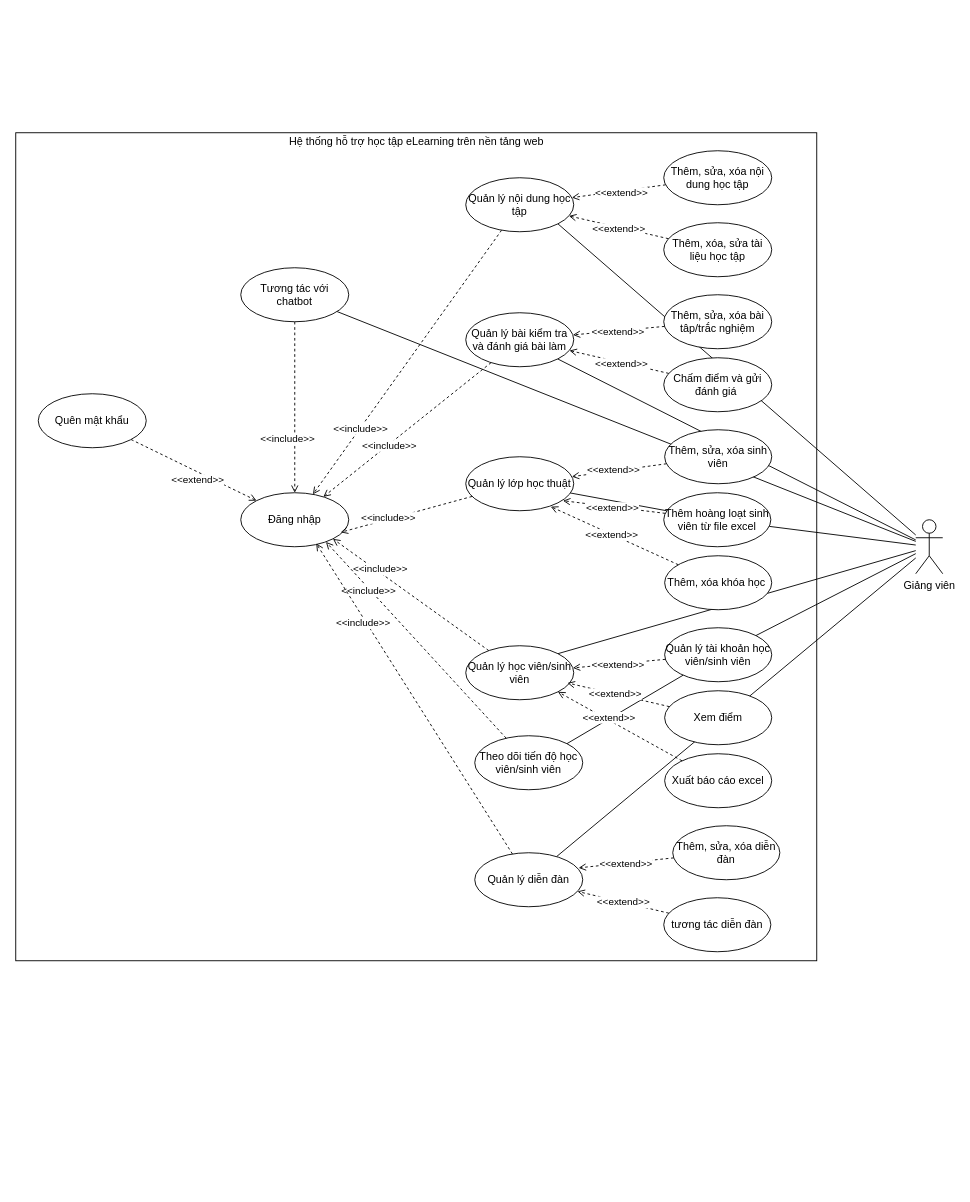
Before: document/UseCase/UseCaseGiangVien.drawio in toniiplaycode/DNC-Learning, a draw.io diagram. Source tidied: cells renumbered, new cells numbered last; positions are measured from the earlier drawing's top-left corner, leaving out a move shared by most shapes. Both pictures are drawn from the tidied source at 90%, with x=0, y=0 at pixel (15, 132).
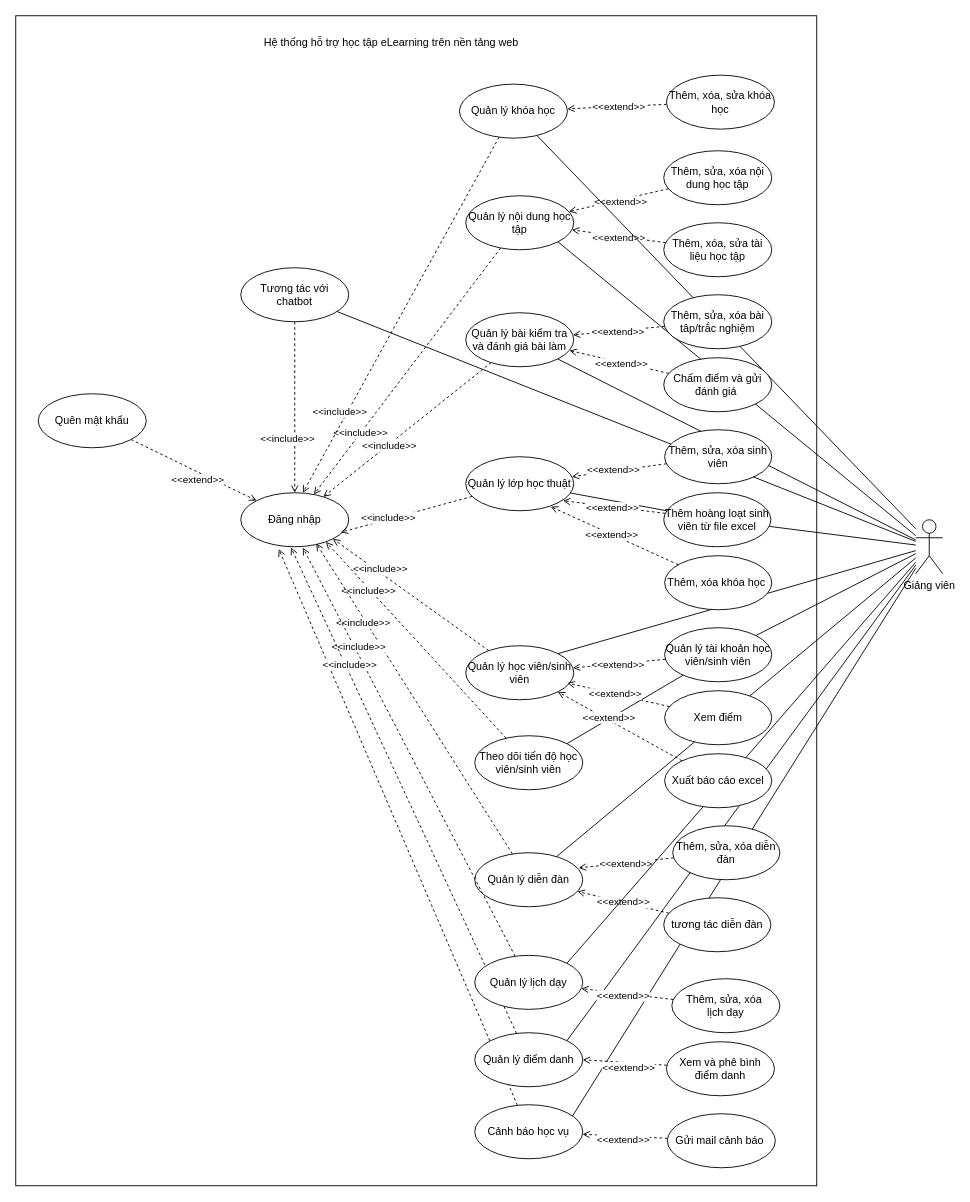
Above is the later version.

Unchanged cells that the change refers to:
```xml
<mxCell id="11" value="Giảng viên" style="shape=umlActor;verticalLabelPosition=bottom;verticalAlign=top;html=1;outlineConnect=0;" parent="1" vertex="1">
  <mxGeometry x="1000" y="430" width="30" height="60" as="geometry" />
</mxCell>
<mxCell id="12" value="Đăng nhập" style="ellipse;whiteSpace=wrap;html=1;" parent="1" vertex="1">
  <mxGeometry x="250" y="400" width="120" height="60" as="geometry" />
</mxCell>
```

Diff of the diagram source:
```diff
@@
     <mxCell id="2" style="rounded=0;whiteSpace=wrap;html=1;" parent="1" vertex="1">
-      <mxGeometry width="890" height="920" as="geometry" />
+      <mxGeometry y="-130" width="890" height="1300" as="geometry" />
     </mxCell>
     <mxCell id="3" value="Hệ thống hỗ trợ học tập eLearning trên nền tảng web" style="text;html=1;align=center;verticalAlign=middle;whiteSpace=wrap;rounded=0;" parent="1" vertex="1">
-      <mxGeometry x="217.5" width="455" height="20" as="geometry" />
+      <mxGeometry x="190" y="-110" width="455" height="20" as="geometry" />
     </mxCell>
@@
+    <mxCell id="75" style="rounded=0;jettySize=auto;html=1;entryX=1;entryY=0;entryDx=0;entryDy=0;endArrow=none;startFill=0;" parent="1" edge="1" source="11" target="99">
+      <mxGeometry relative="1" as="geometry" />
+    </mxCell>
+    <mxCell id="76" style="rounded=0;jettySize=auto;html=1;entryX=0.885;entryY=0.272;entryDx=0;entryDy=0;entryPerimeter=0;endArrow=none;startFill=0;" parent="1" edge="1" source="11" target="91">
+      <mxGeometry relative="1" as="geometry" />
+    </mxCell>
@@
     <mxCell id="18" value="&lt;p style=&quot;white-space-collapse: preserve;&quot; dir=&quot;auto&quot;&gt;&lt;span style=&quot;text-align: left;&quot;&gt;Quản lý nội dung học tập&lt;/span&gt;&lt;/p&gt;" style="ellipse;whiteSpace=wrap;html=1;" parent="1" vertex="1">
-      <mxGeometry x="500" y="50" width="120" height="60" as="geometry" />
+      <mxGeometry x="500" y="70" width="120" height="60" as="geometry" />
     </mxCell>
@@
-    <mxCell id="45" value="&lt;p style=&quot;white-space-collapse: preserve;&quot; dir=&quot;auto&quot;&gt;Thêm, sửa, xóa bài tâp/trắc nghiệm&lt;/p&gt;" style="ellipse;whiteSpace=wrap;html=1;align=center;" parent="1" vertex="1">
-      <mxGeometry x="720" y="180" width="120" height="60" as="geometry" />
-    </mxCell>
@@
-    <mxCell id="48" value="&lt;p style=&quot;white-space-collapse: preserve;&quot; dir=&quot;auto&quot;&gt;Chấm điểm và gửi đánh giá &lt;/p&gt;" style="ellipse;whiteSpace=wrap;html=1;align=center;" parent="1" vertex="1">
-      <mxGeometry x="720" y="250" width="120" height="60" as="geometry" />
-    </mxCell>
@@
-    <mxCell id="72" value="Xuất báo cáo excel" style="ellipse;whiteSpace=wrap;html=1;" parent="1" vertex="1">
-      <mxGeometry x="721" y="690" width="119" height="60" as="geometry" />
-    </mxCell>
@@
+    <mxCell id="77" style="rounded=0;jettySize=auto;html=1;entryX=1;entryY=0;entryDx=0;entryDy=0;endArrow=none;startFill=0;" parent="1" edge="1" source="11" target="100">
+      <mxGeometry relative="1" as="geometry" />
+    </mxCell>
+    <mxCell id="78" style="rounded=0;jettySize=auto;html=1;endArrow=open;endFill=0;dashed=1;entryX=0.575;entryY=1.017;entryDx=0;entryDy=0;entryPerimeter=0;" parent="1" edge="1" source="100" target="12">
+      <mxGeometry relative="1" as="geometry" />
+    </mxCell>
+    <mxCell id="79" value="&amp;lt;&amp;lt;include&amp;gt;&amp;gt;" style="edgeLabel;html=1;align=center;verticalAlign=middle;" parent="78" vertex="1">
+      <mxGeometry x="0.55" y="2" relative="1" as="geometry">
+        <mxPoint x="10" y="6" as="offset" />
+      </mxGeometry>
+    </mxCell>
+    <mxCell id="80" style="rounded=0;jettySize=auto;html=1;dashed=1;endArrow=open;endFill=0;" parent="1" edge="1" source="81" target="100">
+      <mxGeometry relative="1" as="geometry" />
+    </mxCell>
+    <mxCell id="81" value="Thêm, sửa, xóa&amp;nbsp;&lt;div&gt;lịch dạy&lt;/div&gt;" style="ellipse;whiteSpace=wrap;html=1;" parent="1" vertex="1">
+      <mxGeometry x="729" y="940" width="120" height="60" as="geometry" />
+    </mxCell>
+    <mxCell id="72" value="Xuất báo cáo excel" style="ellipse;whiteSpace=wrap;html=1;" parent="1" vertex="1">
+      <mxGeometry x="721" y="690" width="119" height="60" as="geometry" />
+    </mxCell>
+    <mxCell id="82" style="rounded=0;jettySize=auto;html=1;endArrow=open;endFill=0;dashed=1;" parent="1" edge="1" source="85">
+      <mxGeometry relative="1" as="geometry">
+        <mxPoint x="319" y="400" as="targetPoint" />
+      </mxGeometry>
+    </mxCell>
+    <mxCell id="83" value="&amp;lt;&amp;lt;include&amp;gt;&amp;gt;" style="edgeLabel;html=1;align=center;verticalAlign=middle;" parent="82" vertex="1">
+      <mxGeometry x="0.5" relative="1" as="geometry">
+        <mxPoint x="-14" y="9" as="offset" />
+      </mxGeometry>
+    </mxCell>
+    <mxCell id="84" style="rounded=0;jettySize=auto;html=1;endArrow=none;startFill=0;" parent="1" edge="1" source="85">
+      <mxGeometry relative="1" as="geometry">
+        <mxPoint x="1000" y="440" as="targetPoint" />
+      </mxGeometry>
+    </mxCell>
+    <mxCell id="85" value="&lt;p style=&quot;white-space-collapse: preserve;&quot; dir=&quot;auto&quot;&gt;Quản lý khóa học&lt;/p&gt;" style="ellipse;whiteSpace=wrap;html=1;" parent="1" vertex="1">
+      <mxGeometry x="493" y="-54" width="120" height="60" as="geometry" />
+    </mxCell>
+    <mxCell id="86" style="rounded=0;jettySize=auto;html=1;dashed=1;endArrow=open;endFill=0;" parent="1" edge="1" source="88" target="85">
+      <mxGeometry relative="1" as="geometry" />
+    </mxCell>
+    <mxCell id="87" value="&amp;lt;&amp;lt;extend&amp;gt;&amp;gt;" style="edgeLabel;html=1;align=center;verticalAlign=middle;" parent="86" vertex="1">
+      <mxGeometry x="-0.03" relative="1" as="geometry" />
+    </mxCell>
+    <mxCell id="88" value="Thêm, xóa, sửa khóa học" style="ellipse;whiteSpace=wrap;html=1;" parent="1" vertex="1">
+      <mxGeometry x="723" y="-64" width="120" height="60" as="geometry" />
+    </mxCell>
+    <mxCell id="45" value="&lt;p style=&quot;white-space-collapse: preserve;&quot; dir=&quot;auto&quot;&gt;Thêm, sửa, xóa bài tâp/trắc nghiệm&lt;/p&gt;" style="ellipse;whiteSpace=wrap;html=1;align=center;" parent="1" vertex="1">
+      <mxGeometry x="720" y="180" width="120" height="60" as="geometry" />
+    </mxCell>
+    <mxCell id="48" value="&lt;p style=&quot;white-space-collapse: preserve;&quot; dir=&quot;auto&quot;&gt;Chấm điểm và gửi đánh giá &lt;/p&gt;" style="ellipse;whiteSpace=wrap;html=1;align=center;" parent="1" vertex="1">
+      <mxGeometry x="720" y="250" width="120" height="60" as="geometry" />
+    </mxCell>
+    <mxCell id="89" style="rounded=0;jettySize=auto;html=1;endArrow=open;endFill=0;dashed=1;entryX=0.465;entryY=1.014;entryDx=0;entryDy=0;entryPerimeter=0;" parent="1" edge="1" source="99" target="12">
+      <mxGeometry relative="1" as="geometry" />
+    </mxCell>
+    <mxCell id="90" style="rounded=0;jettySize=auto;html=1;entryX=0.352;entryY=1.042;entryDx=0;entryDy=0;entryPerimeter=0;endArrow=open;endFill=0;dashed=1;" parent="1" edge="1" source="91" target="12">
+      <mxGeometry relative="1" as="geometry" />
+    </mxCell>
+    <mxCell id="91" value="&lt;p style=&quot;white-space-collapse: preserve;&quot; dir=&quot;auto&quot;&gt;Cảnh báo học vụ&lt;/p&gt;" style="ellipse;whiteSpace=wrap;html=1;" parent="1" vertex="1">
+      <mxGeometry x="510" y="1080" width="120" height="60" as="geometry" />
+    </mxCell>
+    <mxCell id="92" style="rounded=0;jettySize=auto;html=1;entryX=1;entryY=0.5;entryDx=0;entryDy=0;endArrow=open;endFill=0;dashed=1;" parent="1" edge="1" source="93" target="99">
+      <mxGeometry relative="1" as="geometry" />
+    </mxCell>
+    <mxCell id="93" value="Xem và phê bình điểm danh" style="ellipse;whiteSpace=wrap;html=1;" parent="1" vertex="1">
+      <mxGeometry x="723" y="1010" width="120" height="60" as="geometry" />
+    </mxCell>
+    <mxCell id="94" value="&amp;lt;&amp;lt;extend&amp;gt;&amp;gt;" style="edgeLabel;html=1;align=center;verticalAlign=middle;" parent="1" vertex="1">
+      <mxGeometry x="684.3" y="960" as="geometry">
+        <mxPoint x="-10" y="-2" as="offset" />
+      </mxGeometry>
+    </mxCell>
+    <mxCell id="95" style="rounded=0;jettySize=auto;html=1;endArrow=open;endFill=0;dashed=1;" parent="1" edge="1" source="96" target="91">
+      <mxGeometry relative="1" as="geometry" />
+    </mxCell>
+    <mxCell id="96" value="Gửi mail cảnh báo&amp;nbsp;" style="ellipse;whiteSpace=wrap;html=1;" parent="1" vertex="1">
+      <mxGeometry x="724" y="1090" width="120" height="60" as="geometry" />
+    </mxCell>
+    <mxCell id="97" value="&amp;lt;&amp;lt;extend&amp;gt;&amp;gt;" style="edgeLabel;html=1;align=center;verticalAlign=middle;" parent="1" vertex="1">
+      <mxGeometry x="690" y="1040" as="geometry">
+        <mxPoint x="-10" y="-2" as="offset" />
+      </mxGeometry>
+    </mxCell>
+    <mxCell id="98" value="&amp;lt;&amp;lt;extend&amp;gt;&amp;gt;" style="edgeLabel;html=1;align=center;verticalAlign=middle;" parent="1" vertex="1">
+      <mxGeometry x="684.3" y="1120" as="geometry">
+        <mxPoint x="-10" y="-2" as="offset" />
+      </mxGeometry>
+    </mxCell>
+    <mxCell id="99" value="&lt;p style=&quot;white-space-collapse: preserve;&quot; dir=&quot;auto&quot;&gt;Quản lý điểm danh&lt;/p&gt;" style="ellipse;whiteSpace=wrap;html=1;" parent="1" vertex="1">
+      <mxGeometry x="510" y="1000" width="120" height="60" as="geometry" />
+    </mxCell>
+    <mxCell id="100" value="&lt;p style=&quot;white-space-collapse: preserve;&quot; dir=&quot;auto&quot;&gt;Quản lý lịch dạy&lt;/p&gt;" style="ellipse;whiteSpace=wrap;html=1;" parent="1" vertex="1">
+      <mxGeometry x="510" y="914" width="120" height="60" as="geometry" />
+    </mxCell>
+    <mxCell id="101" value="&amp;lt;&amp;lt;include&amp;gt;&amp;gt;" style="edgeLabel;html=1;align=center;verticalAlign=middle;" parent="1" vertex="1">
+      <mxGeometry x="370" y="590" as="geometry" />
+    </mxCell>
```
